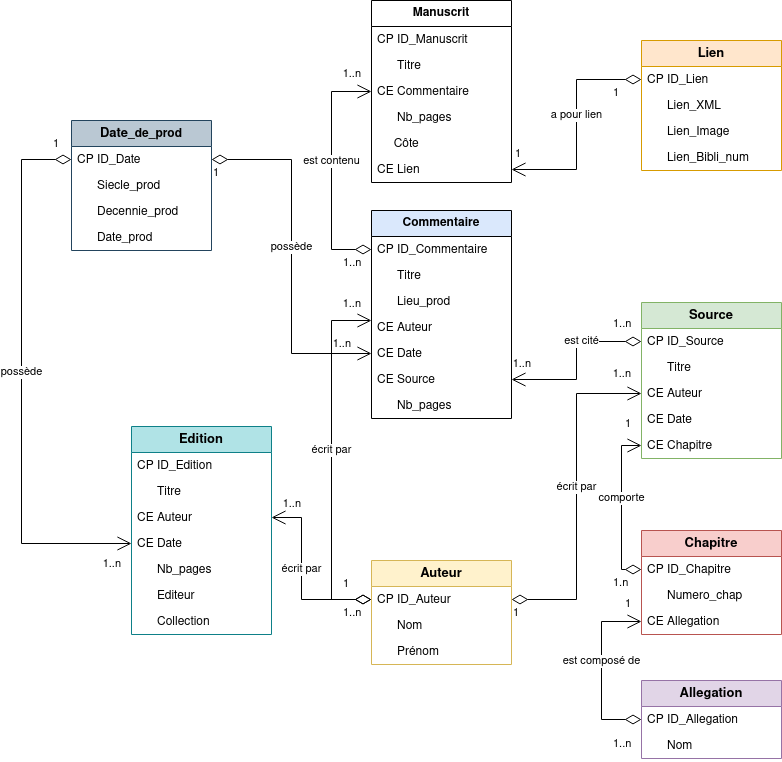
This is Base_de_donnees.drawio.png from TitouanCiSaMe/Data_Base, a draw.io export, as it was before one commit. Source tidied: cells renumbered, new cells last; positions are measured from the earlier drawing's top-left corner, leaving out a move shared by most shapes.
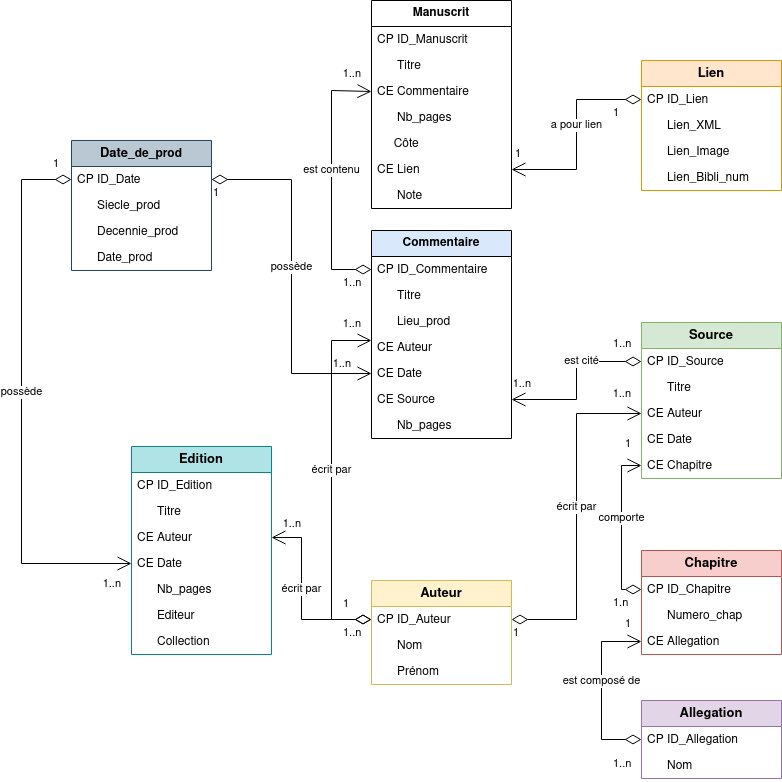
After the change.

Commit message:
Mettre à jour Base_de_donnees.drawio.png

Diff of the diagram source:
```diff
@@ -3,7 +3,7 @@
     <mxCell id="0" />
     <mxCell id="1" parent="0" />
     <mxCell id="2" value="&lt;b&gt;Manuscrit&lt;/b&gt;" style="swimlane;fontStyle=0;horizontal=1;startSize=26;whiteSpace=wrap;html=1;" parent="1" vertex="1">
-      <mxGeometry x="350" width="140" height="182" as="geometry" />
+      <mxGeometry x="350" y="-20" width="140" height="208" as="geometry" />
     </mxCell>
     <mxCell id="3" value="CP ID_Manuscrit" style="text;strokeColor=none;fillColor=none;align=left;verticalAlign=top;spacingLeft=4;spacingRight=4;overflow=hidden;whiteSpace=wrap;html=1;" parent="2" vertex="1">
       <mxGeometry y="26" width="140" height="26" as="geometry" />
@@ -23,6 +23,9 @@
     <mxCell id="8" value="CE Lien" style="text;strokeColor=none;fillColor=none;align=left;verticalAlign=top;spacingLeft=4;spacingRight=4;overflow=hidden;points=[[0,0.5],[1,0.5]];portConstraint=eastwest;whiteSpace=wrap;html=1;" parent="2" vertex="1">
       <mxGeometry y="156" width="140" height="26" as="geometry" />
     </mxCell>
+    <mxCell id="82" value="&amp;nbsp;&amp;nbsp;&amp;nbsp;&amp;nbsp;&amp;nbsp; Note" style="text;strokeColor=none;fillColor=none;align=left;verticalAlign=top;spacingLeft=4;spacingRight=4;overflow=hidden;whiteSpace=wrap;html=1;" parent="2" vertex="1">
+      <mxGeometry y="182" width="140" height="26" as="geometry" />
+    </mxCell>
     <mxCell id="9" value="&lt;font style=&quot;font-size: 13px;&quot;&gt;&lt;b&gt;Auteur&lt;/b&gt;&lt;/font&gt;" style="swimlane;fontStyle=0;horizontal=1;startSize=26;fillColor=#fff2cc;whiteSpace=wrap;html=1;strokeColor=#d6b656;" parent="1" vertex="1">
       <mxGeometry x="350" y="560" width="140" height="104" as="geometry" />
     </mxCell>
@@ -294,7 +297,7 @@
       <mxGeometry relative="1" as="geometry">
         <Array as="points">
           <mxPoint x="310" y="249" />
-          <mxPoint x="310" y="91" />
+          <mxPoint x="310" y="70" />
         </Array>
       </mxGeometry>
     </mxCell>
```
